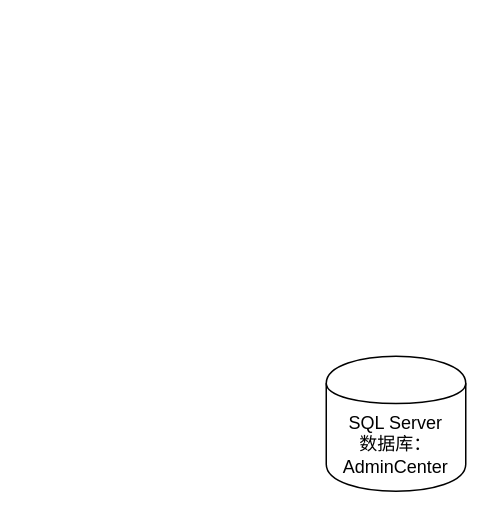
This is xinch.drawio from jeffmacn/myjava, a draw.io file, before an edit. Source tidied: cells renumbered, new cells numbered last; positions are measured from the earlier drawing's top-left corner, leaving out a move shared by most shapes. Both pictures are drawn from the tidied source at 150%, with x=0, y=0 at pixel (326, 356).
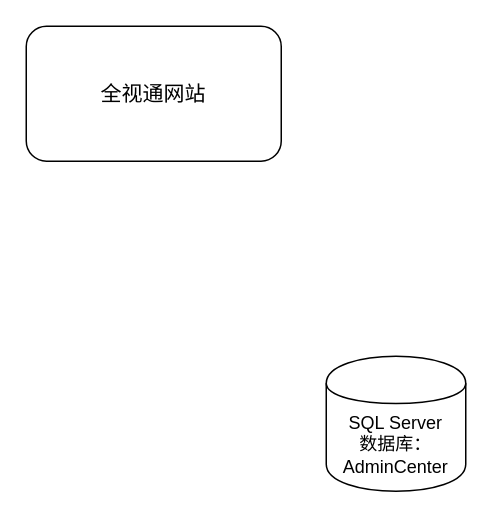
The same diagram, later.

Diff of the diagram source:
```diff
@@
 <mxGraphModel>
   <root>
     <mxCell id="0" />
     <mxCell id="1" parent="0" />
     <mxCell id="2" value="SQL Server&lt;br&gt;数据库：AdminCenter" style="shape=cylinder;whiteSpace=wrap;html=1;boundedLbl=1;backgroundOutline=1;" parent="1" vertex="1">
       <mxGeometry width="93" height="90" as="geometry" />
     </mxCell>
+    <mxCell id="3" value="&lt;span style=&quot;font-size: 10.5pt&quot;&gt;全视通网站&lt;/span&gt;" style="rounded=1;whiteSpace=wrap;html=1;" parent="1" vertex="1">
+      <mxGeometry x="-200" y="-220" width="170" height="90" as="geometry" />
+    </mxCell>
   </root>
 </mxGraphModel>
```
